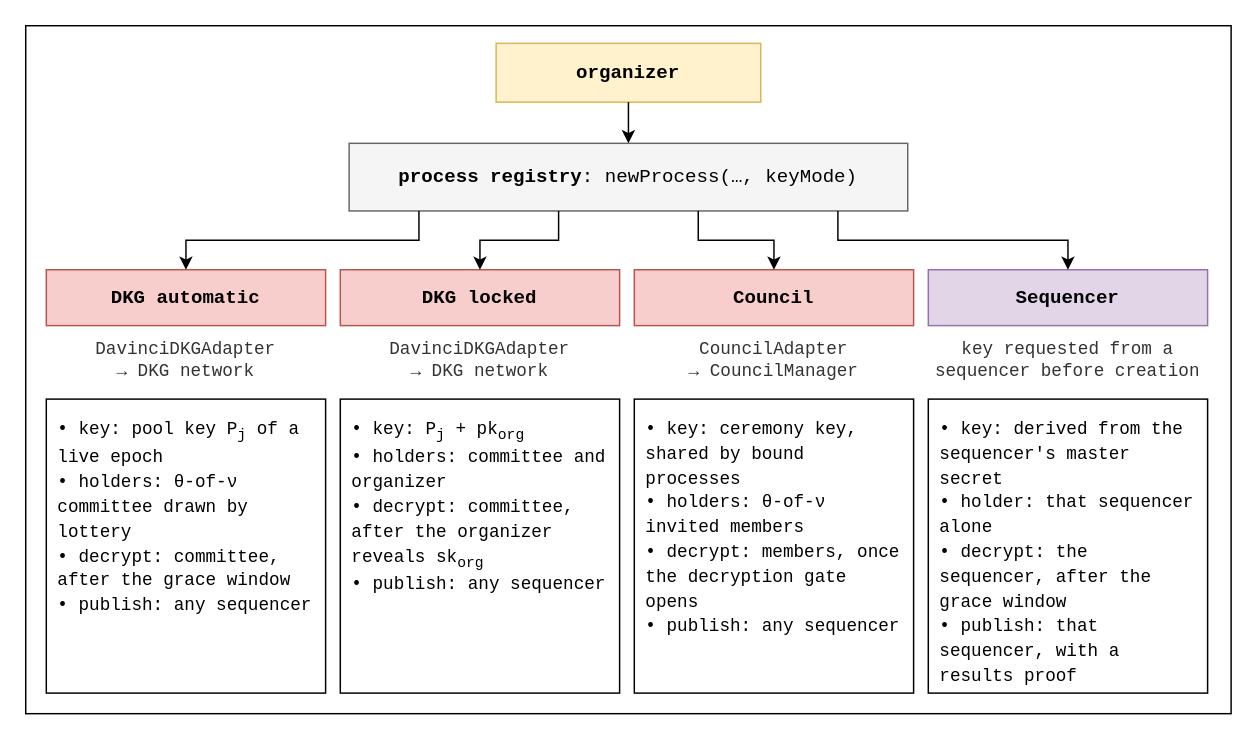
This is v2/figures/key-modes.drawio from vocdoni/davinci-paper, a draw.io file, before an edit. Source tidied: cells renumbered, new cells numbered last; positions are measured from the earlier drawing's top-left corner, leaving out a move shared by most shapes. Both pictures are drawn from the tidied source at 147%, with x=0, y=0 at pixel (25, 25).
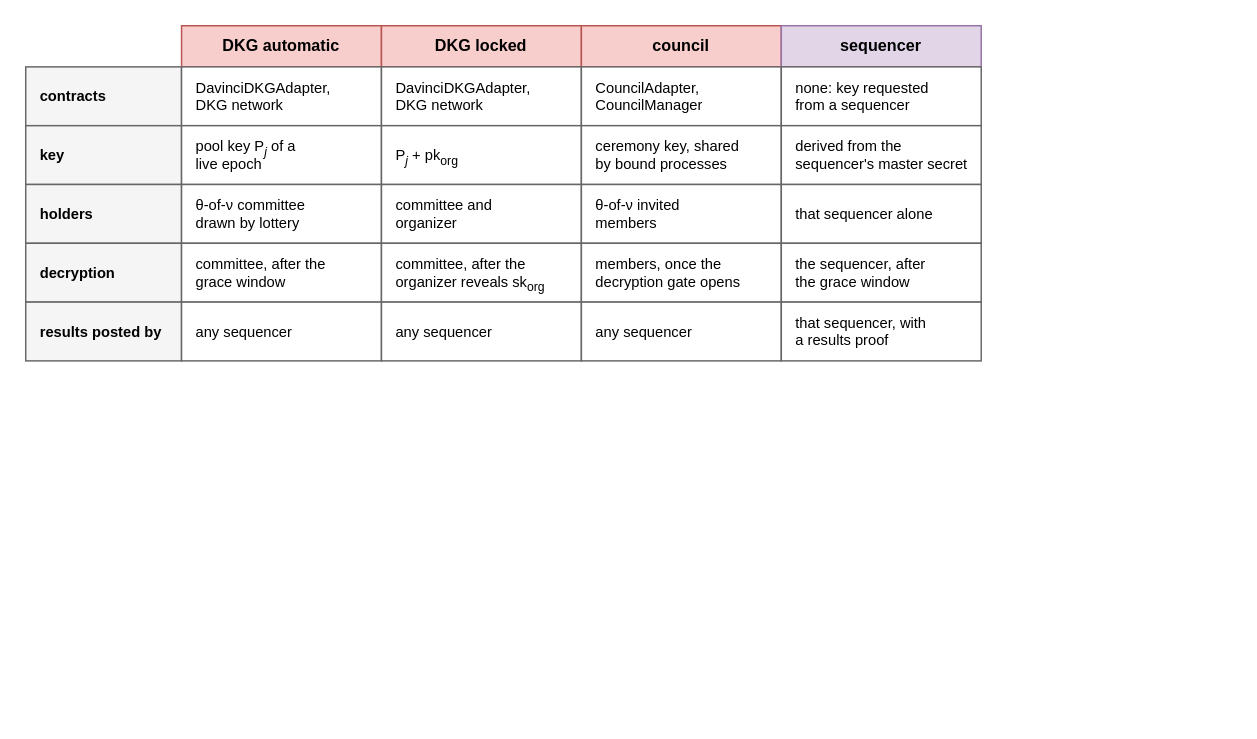
The same page after the edit.

Diff of the diagram source:
```diff
@@
-    <mxCell id="2" style="rounded=0;whiteSpace=wrap;html=1;fontSize=11;fillColor=none;strokeColor=#000000;fontFamily=Courier New;verticalAlign=top;align=center;spacingTop=4;spacingLeft=6;fontStyle=1;" parent="1" vertex="1">
-      <mxGeometry width="820" height="468" as="geometry" />
-    </mxCell>
-    <mxCell id="3" value="&lt;b&gt;organizer&lt;/b&gt;" style="rounded=0;whiteSpace=wrap;html=1;fontSize=13;fillColor=#fff2cc;strokeColor=#d6b656;fontFamily=Courier New;align=center;verticalAlign=middle;" parent="1" vertex="1">
-      <mxGeometry x="320" y="12" width="180" height="40" as="geometry" />
+    <mxCell id="3" value="&lt;b&gt;DKG automatic&lt;/b&gt;" style="rounded=0;whiteSpace=wrap;html=1;fontSize=11;fillColor=#f8cecc;strokeColor=#b85450;strokeWidth=1;fontFamily=Helvetica;align=center;verticalAlign=middle;spacingLeft=6;spacingRight=6;spacingTop=2;spacingBottom=2;" parent="1" vertex="1">
+      <mxGeometry x="106" width="136" height="28" as="geometry" />
     </mxCell>
-    <mxCell id="4" value="&lt;b&gt;process registry&lt;/b&gt;: newProcess(&amp;hellip;, keyMode)" style="rounded=0;whiteSpace=wrap;html=1;fontSize=13;fillColor=#f5f5f5;strokeColor=#666666;fontFamily=Courier New;align=center;verticalAlign=middle;" parent="1" vertex="1">
-      <mxGeometry x="220" y="80" width="380" height="46" as="geometry" />
+    <mxCell id="4" value="&lt;b&gt;DKG locked&lt;/b&gt;" style="rounded=0;whiteSpace=wrap;html=1;fontSize=11;fillColor=#f8cecc;strokeColor=#b85450;strokeWidth=1;fontFamily=Helvetica;align=center;verticalAlign=middle;spacingLeft=6;spacingRight=6;spacingTop=2;spacingBottom=2;" parent="1" vertex="1">
+      <mxGeometry x="242" width="136" height="28" as="geometry" />
     </mxCell>
-    <mxCell id="5" style="edgeStyle=orthogonalEdgeStyle;rounded=0;html=1;endArrow=classic;startArrow=none;endSize=6;startSize=6;fontSize=10;fontFamily=Courier New;strokeColor=#000000;strokeWidth=1;labelBackgroundColor=#ffffff;exitX=0.5;exitY=1;exitDx=0;exitDy=0;entryX=0.5;entryY=0;entryDx=0;entryDy=0;" parent="1" edge="1" source="3" target="4">
-      <mxGeometry relative="1" as="geometry" />
+    <mxCell id="5" value="&lt;b&gt;council&lt;/b&gt;" style="rounded=0;whiteSpace=wrap;html=1;fontSize=11;fillColor=#f8cecc;strokeColor=#b85450;strokeWidth=1;fontFamily=Helvetica;align=center;verticalAlign=middle;spacingLeft=6;spacingRight=6;spacingTop=2;spacingBottom=2;" parent="1" vertex="1">
+      <mxGeometry x="378" width="136" height="28" as="geometry" />
     </mxCell>
-    <mxCell id="6" value="&lt;b&gt;DKG automatic&lt;/b&gt;" style="rounded=0;whiteSpace=wrap;html=1;fontSize=13;fillColor=#f8cecc;strokeColor=#b85450;fontFamily=Courier New;align=center;verticalAlign=middle;" parent="1" vertex="1">
-      <mxGeometry x="14" y="166" width="190" height="38" as="geometry" />
+    <mxCell id="6" value="&lt;b&gt;sequencer&lt;/b&gt;" style="rounded=0;whiteSpace=wrap;html=1;fontSize=11;fillColor=#e1d5e7;strokeColor=#9673a6;strokeWidth=1;fontFamily=Helvetica;align=center;verticalAlign=middle;spacingLeft=6;spacingRight=6;spacingTop=2;spacingBottom=2;" parent="1" vertex="1">
+      <mxGeometry x="514" width="136" height="28" as="geometry" />
     </mxCell>
-    <mxCell id="7" style="edgeStyle=orthogonalEdgeStyle;rounded=0;html=1;endArrow=classic;startArrow=none;endSize=6;startSize=6;fontSize=10;fontFamily=Courier New;strokeColor=#000000;strokeWidth=1;labelBackgroundColor=#ffffff;exitX=0.125;exitY=1;exitDx=0;exitDy=0;entryX=0.5;entryY=0;entryDx=0;entryDy=0;" parent="1" edge="1" source="4" target="6">
-      <mxGeometry relative="1" as="geometry" />
+    <mxCell id="7" value="&lt;b&gt;contracts&lt;/b&gt;" style="rounded=0;whiteSpace=wrap;html=1;fontSize=10;fillColor=#f5f5f5;strokeColor=#666666;strokeWidth=1;fontFamily=Helvetica;align=left;verticalAlign=middle;spacingLeft=6;spacingRight=6;spacingTop=2;spacingBottom=2;spacingLeft=8;" parent="1" vertex="1">
+      <mxGeometry y="28" width="106" height="40" as="geometry" />
     </mxCell>
-    <mxCell id="8" value="DavinciDKGAdapter&lt;br&gt;&amp;rarr; DKG network" style="text;html=1;whiteSpace=wrap;fontSize=12;fontFamily=Courier New;align=center;verticalAlign=middle;fontColor=#333333;" parent="1" vertex="1">
-      <mxGeometry x="14" y="208" width="190" height="40" as="geometry" />
+    <mxCell id="8" value="DavinciDKGAdapter,&lt;br&gt;DKG network" style="rounded=0;whiteSpace=wrap;html=1;fontSize=10;fillColor=#ffffff;strokeColor=#666666;strokeWidth=1;fontFamily=Helvetica;align=left;verticalAlign=middle;spacingLeft=6;spacingRight=6;spacingTop=2;spacingBottom=2;spacingLeft=8;" parent="1" vertex="1">
+      <mxGeometry x="106" y="28" width="136" height="40" as="geometry" />
     </mxCell>
-    <mxCell id="9" value="&lt;div style='text-align:left;line-height:1.4'&gt;&amp;bull; key: pool key P&lt;sub&gt;j&lt;/sub&gt; of a live epoch&lt;br&gt;&amp;bull; holders: &amp;theta;-of-&amp;nu; committee drawn by lottery&lt;br&gt;&amp;bull; decrypt: committee, after the grace window&lt;br&gt;&amp;bull; publish: any sequencer&lt;/div&gt;" style="rounded=0;whiteSpace=wrap;html=1;fontSize=12;fillColor=#ffffff;strokeColor=#000000;fontFamily=Courier New;align=left;verticalAlign=top;spacingLeft=6;spacingTop=6;spacingRight=4;" parent="1" vertex="1">
-      <mxGeometry x="14" y="254" width="190" height="200" as="geometry" />
+    <mxCell id="9" value="DavinciDKGAdapter,&lt;br&gt;DKG network" style="rounded=0;whiteSpace=wrap;html=1;fontSize=10;fillColor=#ffffff;strokeColor=#666666;strokeWidth=1;fontFamily=Helvetica;align=left;verticalAlign=middle;spacingLeft=6;spacingRight=6;spacingTop=2;spacingBottom=2;spacingLeft=8;" parent="1" vertex="1">
+      <mxGeometry x="242" y="28" width="136" height="40" as="geometry" />
     </mxCell>
-    <mxCell id="10" value="&lt;b&gt;DKG locked&lt;/b&gt;" style="rounded=0;whiteSpace=wrap;html=1;fontSize=13;fillColor=#f8cecc;strokeColor=#b85450;fontFamily=Courier New;align=center;verticalAlign=middle;" parent="1" vertex="1">
-      <mxGeometry x="214" y="166" width="190" height="38" as="geometry" />
+    <mxCell id="10" value="CouncilAdapter,&lt;br&gt;CouncilManager" style="rounded=0;whiteSpace=wrap;html=1;fontSize=10;fillColor=#ffffff;strokeColor=#666666;strokeWidth=1;fontFamily=Helvetica;align=left;verticalAlign=middle;spacingLeft=6;spacingRight=6;spacingTop=2;spacingBottom=2;spacingLeft=8;" parent="1" vertex="1">
+      <mxGeometry x="378" y="28" width="136" height="40" as="geometry" />
     </mxCell>
-    <mxCell id="11" style="edgeStyle=orthogonalEdgeStyle;rounded=0;html=1;endArrow=classic;startArrow=none;endSize=6;startSize=6;fontSize=10;fontFamily=Courier New;strokeColor=#000000;strokeWidth=1;labelBackgroundColor=#ffffff;exitX=0.375;exitY=1;exitDx=0;exitDy=0;entryX=0.5;entryY=0;entryDx=0;entryDy=0;" parent="1" edge="1" source="4" target="10">
-      <mxGeometry relative="1" as="geometry" />
+    <mxCell id="11" value="none: key requested&lt;br&gt;from a sequencer" style="rounded=0;whiteSpace=wrap;html=1;fontSize=10;fillColor=#ffffff;strokeColor=#666666;strokeWidth=1;fontFamily=Helvetica;align=left;verticalAlign=middle;spacingLeft=6;spacingRight=6;spacingTop=2;spacingBottom=2;spacingLeft=8;" parent="1" vertex="1">
+      <mxGeometry x="514" y="28" width="136" height="40" as="geometry" />
     </mxCell>
-    <mxCell id="12" value="DavinciDKGAdapter&lt;br&gt;&amp;rarr; DKG network" style="text;html=1;whiteSpace=wrap;fontSize=12;fontFamily=Courier New;align=center;verticalAlign=middle;fontColor=#333333;" parent="1" vertex="1">
-      <mxGeometry x="214" y="208" width="190" height="40" as="geometry" />
+    <mxCell id="12" value="&lt;b&gt;key&lt;/b&gt;" style="rounded=0;whiteSpace=wrap;html=1;fontSize=10;fillColor=#f5f5f5;strokeColor=#666666;strokeWidth=1;fontFamily=Helvetica;align=left;verticalAlign=middle;spacingLeft=6;spacingRight=6;spacingTop=2;spacingBottom=2;spacingLeft=8;" parent="1" vertex="1">
+      <mxGeometry y="68" width="106" height="40" as="geometry" />
     </mxCell>
-    <mxCell id="13" value="&lt;div style='text-align:left;line-height:1.4'&gt;&amp;bull; key: P&lt;sub&gt;j&lt;/sub&gt; + pk&lt;sub&gt;org&lt;/sub&gt;&lt;br&gt;&amp;bull; holders: committee and organizer&lt;br&gt;&amp;bull; decrypt: committee, after the organizer reveals sk&lt;sub&gt;org&lt;/sub&gt;&lt;br&gt;&amp;bull; publish: any sequencer&lt;/div&gt;" style="rounded=0;whiteSpace=wrap;html=1;fontSize=12;fillColor=#ffffff;strokeColor=#000000;fontFamily=Courier New;align=left;verticalAlign=top;spacingLeft=6;spacingTop=6;spacingRight=4;" parent="1" vertex="1">
-      <mxGeometry x="214" y="254" width="190" height="200" as="geometry" />
+    <mxCell id="13" value="pool key P&lt;sub style=&quot;line-height:0&quot;&gt;&lt;i&gt;j&lt;/i&gt;&lt;/sub&gt; of a&lt;br&gt;live epoch" style="rounded=0;whiteSpace=wrap;html=1;fontSize=10;fillColor=#ffffff;strokeColor=#666666;strokeWidth=1;fontFamily=Helvetica;align=left;verticalAlign=middle;spacingLeft=6;spacingRight=6;spacingTop=2;spacingBottom=2;spacingLeft=8;" parent="1" vertex="1">
+      <mxGeometry x="106" y="68" width="136" height="40" as="geometry" />
     </mxCell>
-    <mxCell id="14" value="&lt;b&gt;Council&lt;/b&gt;" style="rounded=0;whiteSpace=wrap;html=1;fontSize=13;fillColor=#f8cecc;strokeColor=#b85450;fontFamily=Courier New;align=center;verticalAlign=middle;" parent="1" vertex="1">
-      <mxGeometry x="414" y="166" width="190" height="38" as="geometry" />
+    <mxCell id="14" value="P&lt;sub style=&quot;line-height:0&quot;&gt;&lt;i&gt;j&lt;/i&gt;&lt;/sub&gt; + pk&lt;sub style=&quot;line-height:0&quot;&gt;org&lt;/sub&gt;" style="rounded=0;whiteSpace=wrap;html=1;fontSize=10;fillColor=#ffffff;strokeColor=#666666;strokeWidth=1;fontFamily=Helvetica;align=left;verticalAlign=middle;spacingLeft=6;spacingRight=6;spacingTop=2;spacingBottom=2;spacingLeft=8;" parent="1" vertex="1">
+      <mxGeometry x="242" y="68" width="136" height="40" as="geometry" />
     </mxCell>
-    <mxCell id="15" style="edgeStyle=orthogonalEdgeStyle;rounded=0;html=1;endArrow=classic;startArrow=none;endSize=6;startSize=6;fontSize=10;fontFamily=Courier New;strokeColor=#000000;strokeWidth=1;labelBackgroundColor=#ffffff;exitX=0.625;exitY=1;exitDx=0;exitDy=0;entryX=0.5;entryY=0;entryDx=0;entryDy=0;" parent="1" edge="1" source="4" target="14">
-      <mxGeometry relative="1" as="geometry" />
+    <mxCell id="15" value="ceremony key, shared&lt;br&gt;by bound processes" style="rounded=0;whiteSpace=wrap;html=1;fontSize=10;fillColor=#ffffff;strokeColor=#666666;strokeWidth=1;fontFamily=Helvetica;align=left;verticalAlign=middle;spacingLeft=6;spacingRight=6;spacingTop=2;spacingBottom=2;spacingLeft=8;" parent="1" vertex="1">
+      <mxGeometry x="378" y="68" width="136" height="40" as="geometry" />
     </mxCell>
-    <mxCell id="16" value="CouncilAdapter&lt;br&gt;&amp;rarr; CouncilManager" style="text;html=1;whiteSpace=wrap;fontSize=12;fontFamily=Courier New;align=center;verticalAlign=middle;fontColor=#333333;" parent="1" vertex="1">
-      <mxGeometry x="414" y="208" width="190" height="40" as="geometry" />
+    <mxCell id="16" value="derived from the&lt;br&gt;sequencer's master secret" style="rounded=0;whiteSpace=wrap;html=1;fontSize=10;fillColor=#ffffff;strokeColor=#666666;strokeWidth=1;fontFamily=Helvetica;align=left;verticalAlign=middle;spacingLeft=6;spacingRight=6;spacingTop=2;spacingBottom=2;spacingLeft=8;" parent="1" vertex="1">
+      <mxGeometry x="514" y="68" width="136" height="40" as="geometry" />
     </mxCell>
-    <mxCell id="17" value="&lt;div style='text-align:left;line-height:1.4'&gt;&amp;bull; key: ceremony key, shared by bound processes&lt;br&gt;&amp;bull; holders: &amp;theta;-of-&amp;nu; invited members&lt;br&gt;&amp;bull; decrypt: members, once the decryption gate opens&lt;br&gt;&amp;bull; publish: any sequencer&lt;/div&gt;" style="rounded=0;whiteSpace=wrap;html=1;fontSize=12;fillColor=#ffffff;strokeColor=#000000;fontFamily=Courier New;align=left;verticalAlign=top;spacingLeft=6;spacingTop=6;spacingRight=4;" parent="1" vertex="1">
-      <mxGeometry x="414" y="254" width="190" height="200" as="geometry" />
+    <mxCell id="17" value="&lt;b&gt;holders&lt;/b&gt;" style="rounded=0;whiteSpace=wrap;html=1;fontSize=10;fillColor=#f5f5f5;strokeColor=#666666;strokeWidth=1;fontFamily=Helvetica;align=left;verticalAlign=middle;spacingLeft=6;spacingRight=6;spacingTop=2;spacingBottom=2;spacingLeft=8;" parent="1" vertex="1">
+      <mxGeometry y="108" width="106" height="40" as="geometry" />
     </mxCell>
-    <mxCell id="18" value="&lt;b&gt;Sequencer&lt;/b&gt;" style="rounded=0;whiteSpace=wrap;html=1;fontSize=13;fillColor=#e1d5e7;strokeColor=#9673a6;fontFamily=Courier New;align=center;verticalAlign=middle;" parent="1" vertex="1">
-      <mxGeometry x="614" y="166" width="190" height="38" as="geometry" />
+    <mxCell id="18" value="&amp;theta;-of-&amp;nu; committee&lt;br&gt;drawn by lottery" style="rounded=0;whiteSpace=wrap;html=1;fontSize=10;fillColor=#ffffff;strokeColor=#666666;strokeWidth=1;fontFamily=Helvetica;align=left;verticalAlign=middle;spacingLeft=6;spacingRight=6;spacingTop=2;spacingBottom=2;spacingLeft=8;" parent="1" vertex="1">
+      <mxGeometry x="106" y="108" width="136" height="40" as="geometry" />
     </mxCell>
-    <mxCell id="19" style="edgeStyle=orthogonalEdgeStyle;rounded=0;html=1;endArrow=classic;startArrow=none;endSize=6;startSize=6;fontSize=10;fontFamily=Courier New;strokeColor=#000000;strokeWidth=1;labelBackgroundColor=#ffffff;exitX=0.875;exitY=1;exitDx=0;exitDy=0;entryX=0.5;entryY=0;entryDx=0;entryDy=0;" parent="1" edge="1" source="4" target="18">
-      <mxGeometry relative="1" as="geometry" />
+    <mxCell id="19" value="committee and&lt;br&gt;organizer" style="rounded=0;whiteSpace=wrap;html=1;fontSize=10;fillColor=#ffffff;strokeColor=#666666;strokeWidth=1;fontFamily=Helvetica;align=left;verticalAlign=middle;spacingLeft=6;spacingRight=6;spacingTop=2;spacingBottom=2;spacingLeft=8;" parent="1" vertex="1">
+      <mxGeometry x="242" y="108" width="136" height="40" as="geometry" />
     </mxCell>
-    <mxCell id="20" value="key requested from a&lt;br&gt;sequencer before creation" style="text;html=1;whiteSpace=wrap;fontSize=12;fontFamily=Courier New;align=center;verticalAlign=middle;fontColor=#333333;" parent="1" vertex="1">
-      <mxGeometry x="614" y="208" width="190" height="40" as="geometry" />
+    <mxCell id="20" value="&amp;theta;-of-&amp;nu; invited&lt;br&gt;members" style="rounded=0;whiteSpace=wrap;html=1;fontSize=10;fillColor=#ffffff;strokeColor=#666666;strokeWidth=1;fontFamily=Helvetica;align=left;verticalAlign=middle;spacingLeft=6;spacingRight=6;spacingTop=2;spacingBottom=2;spacingLeft=8;" parent="1" vertex="1">
+      <mxGeometry x="378" y="108" width="136" height="40" as="geometry" />
     </mxCell>
-    <mxCell id="21" value="&lt;div style='text-align:left;line-height:1.4'&gt;&amp;bull; key: derived from the sequencer's master secret&lt;br&gt;&amp;bull; holder: that sequencer alone&lt;br&gt;&amp;bull; decrypt: the sequencer, after the grace window&lt;br&gt;&amp;bull; publish: that sequencer, with a results proof&lt;/div&gt;" style="rounded=0;whiteSpace=wrap;html=1;fontSize=12;fillColor=#ffffff;strokeColor=#000000;fontFamily=Courier New;align=left;verticalAlign=top;spacingLeft=6;spacingTop=6;spacingRight=4;" parent="1" vertex="1">
-      <mxGeometry x="614" y="254" width="190" height="200" as="geometry" />
+    <mxCell id="21" value="that sequencer alone" style="rounded=0;whiteSpace=wrap;html=1;fontSize=10;fillColor=#ffffff;strokeColor=#666666;strokeWidth=1;fontFamily=Helvetica;align=left;verticalAlign=middle;spacingLeft=6;spacingRight=6;spacingTop=2;spacingBottom=2;spacingLeft=8;" parent="1" vertex="1">
+      <mxGeometry x="514" y="108" width="136" height="40" as="geometry" />
     </mxCell>
+    <mxCell id="2" value="&lt;b&gt;decryption&lt;/b&gt;" style="rounded=0;whiteSpace=wrap;html=1;fontSize=10;fillColor=#f5f5f5;strokeColor=#666666;strokeWidth=1;fontFamily=Helvetica;align=left;verticalAlign=middle;spacingLeft=6;spacingRight=6;spacingTop=2;spacingBottom=2;spacingLeft=8;" parent="1" vertex="1">
+      <mxGeometry y="148" width="106" height="40" as="geometry" />
+    </mxCell>
+    <mxCell id="22" value="committee, after the&lt;br&gt;grace window" style="rounded=0;whiteSpace=wrap;html=1;fontSize=10;fillColor=#ffffff;strokeColor=#666666;strokeWidth=1;fontFamily=Helvetica;align=left;verticalAlign=middle;spacingLeft=6;spacingRight=6;spacingTop=2;spacingBottom=2;spacingLeft=8;" parent="1" vertex="1">
+      <mxGeometry x="106" y="148" width="136" height="40" as="geometry" />
+    </mxCell>
+    <mxCell id="23" value="committee, after the&lt;br&gt;organizer reveals sk&lt;sub style=&quot;line-height:0&quot;&gt;org&lt;/sub&gt;" style="rounded=0;whiteSpace=wrap;html=1;fontSize=10;fillColor=#ffffff;strokeColor=#666666;strokeWidth=1;fontFamily=Helvetica;align=left;verticalAlign=middle;spacingLeft=6;spacingRight=6;spacingTop=2;spacingBottom=2;spacingLeft=8;" parent="1" vertex="1">
+      <mxGeometry x="242" y="148" width="136" height="40" as="geometry" />
+    </mxCell>
+    <mxCell id="24" value="members, once the&lt;br&gt;decryption gate opens" style="rounded=0;whiteSpace=wrap;html=1;fontSize=10;fillColor=#ffffff;strokeColor=#666666;strokeWidth=1;fontFamily=Helvetica;align=left;verticalAlign=middle;spacingLeft=6;spacingRight=6;spacingTop=2;spacingBottom=2;spacingLeft=8;" parent="1" vertex="1">
+      <mxGeometry x="378" y="148" width="136" height="40" as="geometry" />
+    </mxCell>
+    <mxCell id="25" value="the sequencer, after&lt;br&gt;the grace window" style="rounded=0;whiteSpace=wrap;html=1;fontSize=10;fillColor=#ffffff;strokeColor=#666666;strokeWidth=1;fontFamily=Helvetica;align=left;verticalAlign=middle;spacingLeft=6;spacingRight=6;spacingTop=2;spacingBottom=2;spacingLeft=8;" parent="1" vertex="1">
+      <mxGeometry x="514" y="148" width="136" height="40" as="geometry" />
+    </mxCell>
+    <mxCell id="26" value="&lt;b&gt;results posted by&lt;/b&gt;" style="rounded=0;whiteSpace=wrap;html=1;fontSize=10;fillColor=#f5f5f5;strokeColor=#666666;strokeWidth=1;fontFamily=Helvetica;align=left;verticalAlign=middle;spacingLeft=6;spacingRight=6;spacingTop=2;spacingBottom=2;spacingLeft=8;" parent="1" vertex="1">
+      <mxGeometry y="188" width="106" height="40" as="geometry" />
+    </mxCell>
+    <mxCell id="27" value="any sequencer" style="rounded=0;whiteSpace=wrap;html=1;fontSize=10;fillColor=#ffffff;strokeColor=#666666;strokeWidth=1;fontFamily=Helvetica;align=left;verticalAlign=middle;spacingLeft=6;spacingRight=6;spacingTop=2;spacingBottom=2;spacingLeft=8;" parent="1" vertex="1">
+      <mxGeometry x="106" y="188" width="136" height="40" as="geometry" />
+    </mxCell>
+    <mxCell id="28" value="any sequencer" style="rounded=0;whiteSpace=wrap;html=1;fontSize=10;fillColor=#ffffff;strokeColor=#666666;strokeWidth=1;fontFamily=Helvetica;align=left;verticalAlign=middle;spacingLeft=6;spacingRight=6;spacingTop=2;spacingBottom=2;spacingLeft=8;" parent="1" vertex="1">
+      <mxGeometry x="242" y="188" width="136" height="40" as="geometry" />
+    </mxCell>
+    <mxCell id="29" value="any sequencer" style="rounded=0;whiteSpace=wrap;html=1;fontSize=10;fillColor=#ffffff;strokeColor=#666666;strokeWidth=1;fontFamily=Helvetica;align=left;verticalAlign=middle;spacingLeft=6;spacingRight=6;spacingTop=2;spacingBottom=2;spacingLeft=8;" parent="1" vertex="1">
+      <mxGeometry x="378" y="188" width="136" height="40" as="geometry" />
+    </mxCell>
+    <mxCell id="30" value="that sequencer, with&lt;br&gt;a results proof" style="rounded=0;whiteSpace=wrap;html=1;fontSize=10;fillColor=#ffffff;strokeColor=#666666;strokeWidth=1;fontFamily=Helvetica;align=left;verticalAlign=middle;spacingLeft=6;spacingRight=6;spacingTop=2;spacingBottom=2;spacingLeft=8;" parent="1" vertex="1">
+      <mxGeometry x="514" y="188" width="136" height="40" as="geometry" />
+    </mxCell>
```
